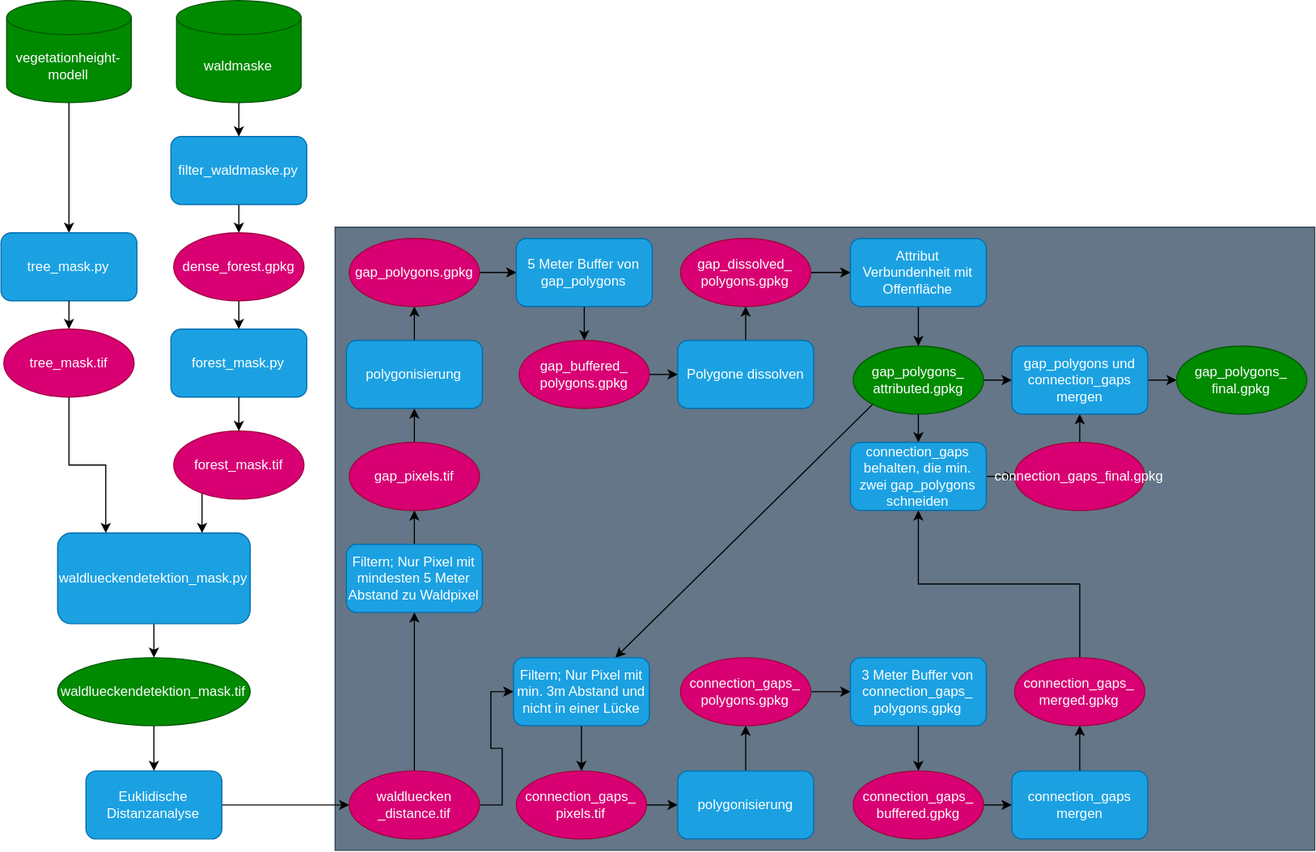
Before: Lueckendetektion_scripts.drawio.svg, a diagram exported from draw.io (liobio72/Lueckendetektion). Source tidied: cells renumbered, new cells last; positions are measured from the earlier drawing's top-left corner, leaving out a move shared by most shapes.
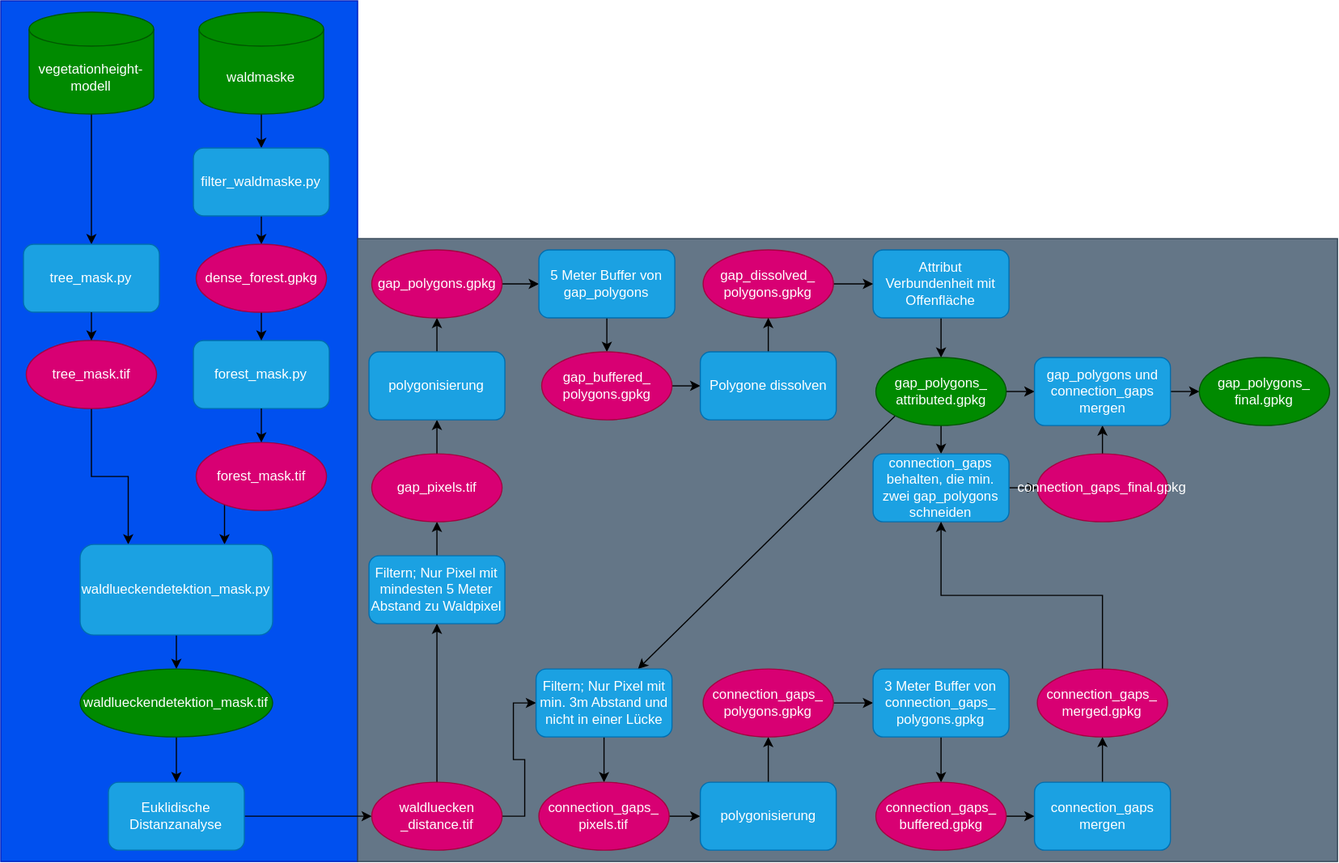
Later version of the same file.

Diff of the diagram source:
```diff
@@ -2,6 +2,9 @@
   <root>
     <mxCell id="0" />
     <mxCell id="1" parent="0" />
+    <mxCell id="77" style="rounded=0;whiteSpace=wrap;html=1;fillColor=#0050ef;strokeColor=#001DBC;fontColor=#ffffff;" parent="1" vertex="1">
+      <mxGeometry x="330" y="-10" width="315" height="760" as="geometry" />
+    </mxCell>
     <mxCell id="2" style="rounded=0;whiteSpace=wrap;html=1;fillColor=#647687;strokeColor=#314354;fontColor=#ffffff;" parent="1" vertex="1">
       <mxGeometry x="645" y="200" width="865" height="550" as="geometry" />
     </mxCell>
```
